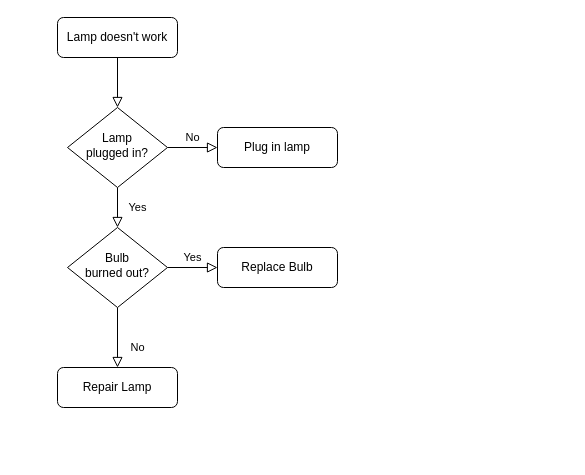
This is Untitled Diagram.drawio from SamyBacha/tutorials, a draw.io file, before an edit. Source tidied: cells renumbered, new cells numbered last; positions are measured from the earlier drawing's top-left corner, leaving out a move shared by most shapes. Both pictures are drawn from the tidied source at 100%, with x=0, y=0 at pixel (57, 17).
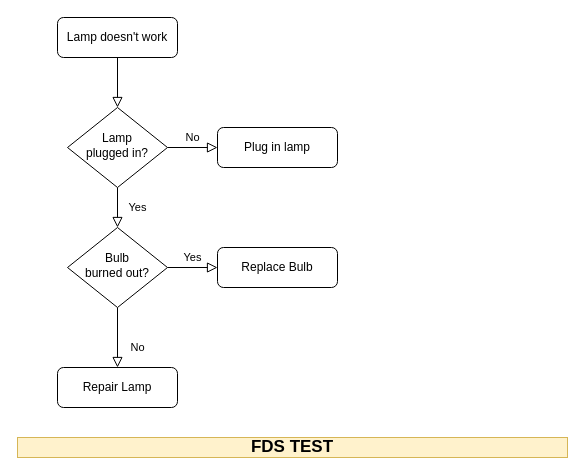
After the change.

What changed in the source:
```diff
@@
 <mxGraphModel>
   <root>
     <mxCell id="0" />
     <mxCell id="1" parent="0" />
     <mxCell id="2" style="rounded=0;html=1;jettySize=auto;fontSize=11;endArrow=block;endFill=0;endSize=8;strokeWidth=1;shadow=0;labelBackgroundColor=none;edgeStyle=orthogonalEdgeStyle;" parent="1" edge="1" source="3" target="6">
       <mxGeometry relative="1" as="geometry" />
     </mxCell>
     <mxCell id="3" value="Lamp doesn't work" style="rounded=1;whiteSpace=wrap;html=1;fontSize=12;glass=0;strokeWidth=1;shadow=0;" parent="1" vertex="1">
       <mxGeometry width="120" height="40" as="geometry" />
     </mxCell>
     <mxCell id="4" value="Yes" style="rounded=0;html=1;jettySize=auto;fontSize=11;endArrow=block;endFill=0;endSize=8;strokeWidth=1;shadow=0;labelBackgroundColor=none;edgeStyle=orthogonalEdgeStyle;" parent="1" edge="1" source="6" target="10">
       <mxGeometry y="20" relative="1" as="geometry" />
     </mxCell>
     <mxCell id="5" value="No" style="edgeStyle=orthogonalEdgeStyle;rounded=0;html=1;jettySize=auto;fontSize=11;endArrow=block;endFill=0;endSize=8;strokeWidth=1;shadow=0;labelBackgroundColor=none;" parent="1" edge="1" source="6" target="7">
       <mxGeometry y="10" relative="1" as="geometry" />
     </mxCell>
     <mxCell id="6" value="Lamp&lt;br&gt;plugged in?" style="rhombus;whiteSpace=wrap;html=1;shadow=0;fontFamily=Helvetica;fontSize=12;align=center;strokeWidth=1;spacing=6;spacingTop=-4;" parent="1" vertex="1">
       <mxGeometry x="10" y="90" width="100" height="80" as="geometry" />
     </mxCell>
     <mxCell id="7" value="Plug in lamp" style="rounded=1;whiteSpace=wrap;html=1;fontSize=12;glass=0;strokeWidth=1;shadow=0;" parent="1" vertex="1">
       <mxGeometry x="160" y="110" width="120" height="40" as="geometry" />
     </mxCell>
     <mxCell id="8" value="No" style="rounded=0;html=1;jettySize=auto;fontSize=11;endArrow=block;endFill=0;endSize=8;strokeWidth=1;shadow=0;labelBackgroundColor=none;edgeStyle=orthogonalEdgeStyle;" parent="1" edge="1" source="10" target="11">
       <mxGeometry x="0.33" y="20" relative="1" as="geometry" />
     </mxCell>
     <mxCell id="9" value="Yes" style="edgeStyle=orthogonalEdgeStyle;rounded=0;html=1;jettySize=auto;fontSize=11;endArrow=block;endFill=0;endSize=8;strokeWidth=1;shadow=0;labelBackgroundColor=none;" parent="1" edge="1" source="10" target="12">
       <mxGeometry y="10" relative="1" as="geometry" />
     </mxCell>
     <mxCell id="10" value="Bulb&lt;br&gt;burned out?" style="rhombus;whiteSpace=wrap;html=1;shadow=0;fontFamily=Helvetica;fontSize=12;align=center;strokeWidth=1;spacing=6;spacingTop=-4;" parent="1" vertex="1">
       <mxGeometry x="10" y="210" width="100" height="80" as="geometry" />
     </mxCell>
     <mxCell id="11" value="Repair Lamp" style="rounded=1;whiteSpace=wrap;html=1;fontSize=12;glass=0;strokeWidth=1;shadow=0;" parent="1" vertex="1">
       <mxGeometry y="350" width="120" height="40" as="geometry" />
     </mxCell>
     <mxCell id="12" value="Replace Bulb" style="rounded=1;whiteSpace=wrap;html=1;fontSize=12;glass=0;strokeWidth=1;shadow=0;" parent="1" vertex="1">
       <mxGeometry x="160" y="230" width="120" height="40" as="geometry" />
     </mxCell>
+    <mxCell id="13" value="FDS TEST" style="text;html=1;strokeColor=#d6b656;fillColor=#fff2cc;align=center;verticalAlign=middle;whiteSpace=wrap;rounded=0;fontSize=17;fontStyle=1;" parent="1" vertex="1">
+      <mxGeometry x="-40" y="420" width="550" height="20" as="geometry" />
+    </mxCell>
   </root>
 </mxGraphModel>
```
